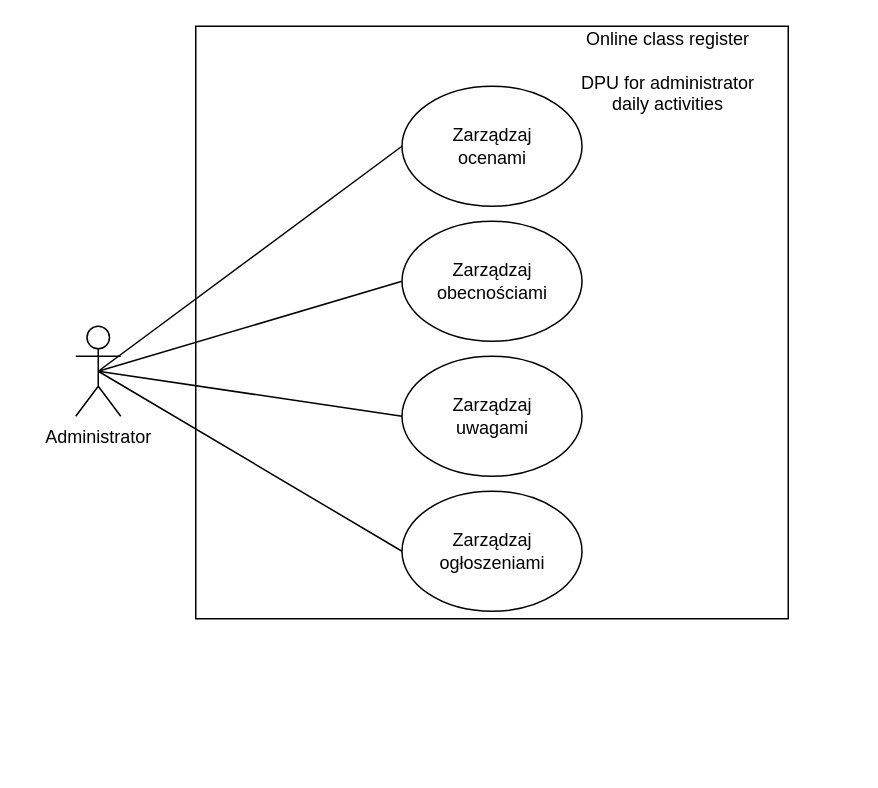
The draw.io diagram Documentation/diagrams/drawio_executable/DPU_Administrator_daily.drawio in CezaryDobrenko/online-grade-book, before the edit. Source tidied: cells renumbered, new cells numbered last; positions are measured from the earlier drawing's top-left corner, leaving out a move shared by most shapes. Both pictures are drawn from the tidied source at 150%, with x=0, y=0 at pixel (75, 26).
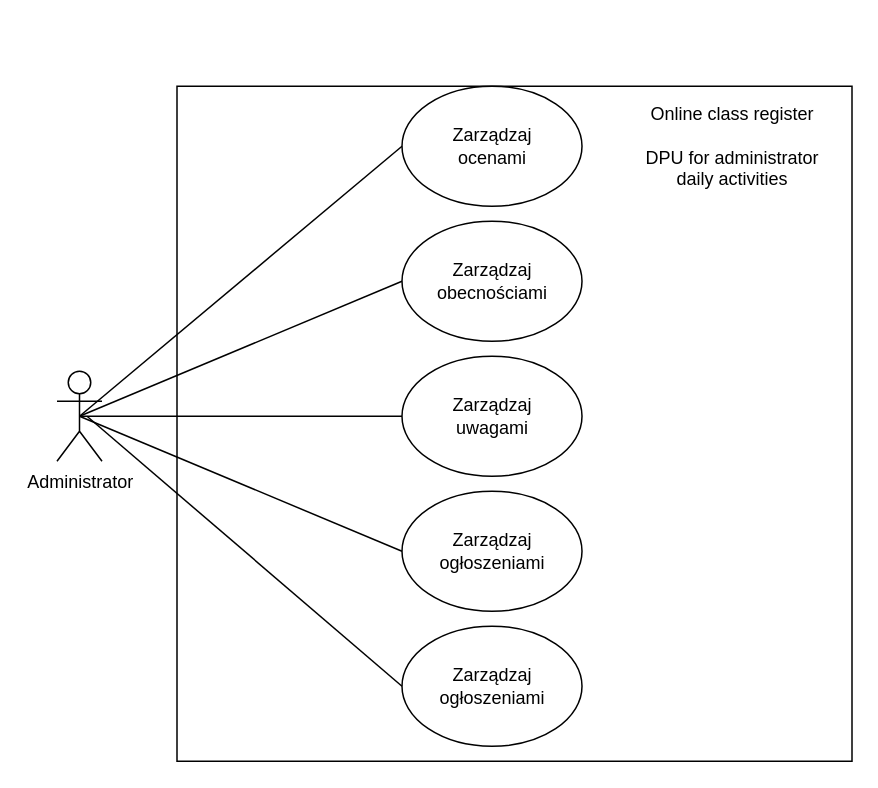
The same page after the edit.

Change to the diagram source:
```diff
@@
 <mxGraphModel>
   <root>
     <mxCell id="0" />
     <mxCell id="1" parent="0" />
     <mxCell id="2" style="whiteSpace=wrap;html=1;" parent="1" vertex="1">
-      <mxGeometry x="80" width="395" height="395" as="geometry" />
+      <mxGeometry x="67.5" y="40" width="450" height="450" as="geometry" />
     </mxCell>
     <mxCell id="3" value="Online class register&lt;br&gt;&lt;br&gt;DPU for administrator&lt;br&gt;daily activities" style="text;html=1;strokeColor=none;fillColor=none;align=center;verticalAlign=middle;whiteSpace=wrap;rounded=0;" parent="1" vertex="1">
-      <mxGeometry x="315" width="160" height="60" as="geometry" />
+      <mxGeometry x="357.5" y="50" width="160" height="60" as="geometry" />
     </mxCell>
     <mxCell id="4" value="Administrator" style="shape=umlActor;verticalLabelPosition=bottom;verticalAlign=top;html=1;outlineConnect=0;" parent="1" vertex="1">
-      <mxGeometry y="200" width="30" height="60" as="geometry" />
+      <mxGeometry x="-12.5" y="230" width="30" height="60" as="geometry" />
     </mxCell>
     <mxCell id="5" value="Zarządzaj ogłoszeniami" style="ellipse;whiteSpace=wrap;html=1;" parent="1" vertex="1">
       <mxGeometry x="217.5" y="310" width="120" height="80" as="geometry" />
     </mxCell>
     <mxCell id="6" value="Zarządzaj obecnościami" style="ellipse;whiteSpace=wrap;html=1;" parent="1" vertex="1">
       <mxGeometry x="217.5" y="130" width="120" height="80" as="geometry" />
     </mxCell>
     <mxCell id="7" value="Zarządzaj &lt;br&gt;uwagami" style="ellipse;whiteSpace=wrap;html=1;" parent="1" vertex="1">
       <mxGeometry x="217.5" y="220" width="120" height="80" as="geometry" />
     </mxCell>
     <mxCell id="8" value="Zarządzaj &lt;br&gt;ocenami" style="ellipse;whiteSpace=wrap;html=1;" parent="1" vertex="1">
       <mxGeometry x="217.5" y="40" width="120" height="80" as="geometry" />
     </mxCell>
     <mxCell id="9" style="endArrow=none;html=1;entryX=0;entryY=0.5;entryDx=0;entryDy=0;exitX=0.5;exitY=0.5;exitDx=0;exitDy=0;exitPerimeter=0;" parent="1" edge="1" source="4" target="5">
       <mxGeometry relative="1" as="geometry" />
     </mxCell>
     <mxCell id="10" style="endArrow=none;html=1;entryX=0;entryY=0.5;entryDx=0;entryDy=0;exitX=0.5;exitY=0.5;exitDx=0;exitDy=0;exitPerimeter=0;" parent="1" edge="1" source="4" target="7">
       <mxGeometry relative="1" as="geometry" />
     </mxCell>
     <mxCell id="11" style="endArrow=none;html=1;entryX=0;entryY=0.5;entryDx=0;entryDy=0;exitX=0.5;exitY=0.5;exitDx=0;exitDy=0;exitPerimeter=0;" parent="1" edge="1" source="4" target="6">
       <mxGeometry relative="1" as="geometry" />
     </mxCell>
     <mxCell id="12" style="endArrow=none;html=1;exitX=0.5;exitY=0.5;exitDx=0;exitDy=0;exitPerimeter=0;entryX=0;entryY=0.5;entryDx=0;entryDy=0;" parent="1" edge="1" source="4" target="8">
       <mxGeometry relative="1" as="geometry" />
     </mxCell>
+    <mxCell id="13" value="Zarządzaj ogłoszeniami" style="ellipse;whiteSpace=wrap;html=1;" parent="1" vertex="1">
+      <mxGeometry x="217.5" y="400" width="120" height="80" as="geometry" />
+    </mxCell>
+    <mxCell id="14" style="endArrow=none;html=1;entryX=0;entryY=0.5;entryDx=0;entryDy=0;" parent="1" edge="1" target="13">
+      <mxGeometry relative="1" as="geometry">
+        <mxPoint x="7.5" y="260" as="sourcePoint" />
+      </mxGeometry>
+    </mxCell>
   </root>
 </mxGraphModel>
```
